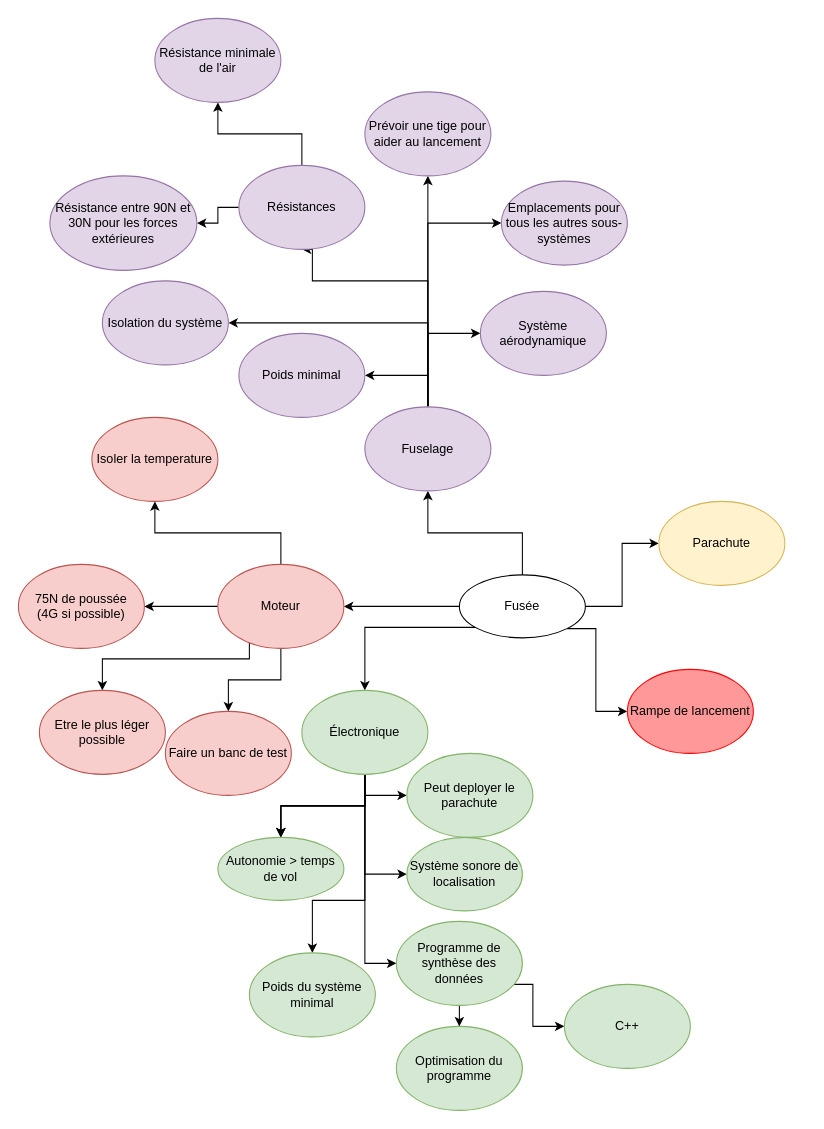
Rohethan/ScienceIsElegant keeps this draw.io diagram as Cahier des charges complet.drawio. Above is the earlier version. Source tidied: cells renumbered, new cells numbered last; positions are measured from the earlier drawing's top-left corner, leaving out a move shared by most shapes. Both pictures are drawn from the tidied source at 105%, with x=0, y=0 at pixel (18, 18).
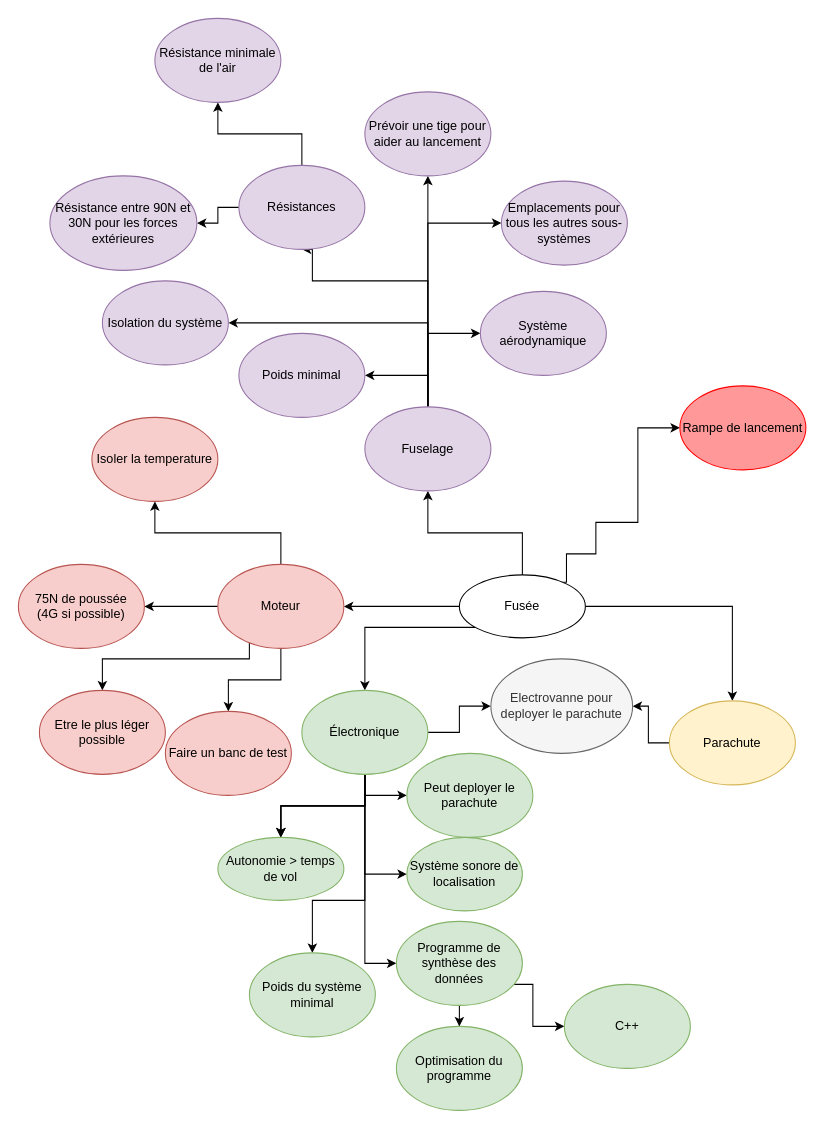
After the change.

Commit message:
This is gonna be hard

The change refers to these unchanged cells:
```xml
<mxCell id="7" value="Fusée" style="ellipse;whiteSpace=wrap;html=1;fontFamily=Helvetica;fontSize=12;fontColor=default;align=center;strokeColor=default;fillColor=default;" parent="1" vertex="1">
  <mxGeometry x="420" y="530" width="120" height="60" as="geometry" />
</mxCell>
<mxCell id="24" value="Électronique" style="ellipse;whiteSpace=wrap;html=1;fillColor=#d5e8d4;strokeColor=#82b366;" parent="1" vertex="1">
  <mxGeometry x="270" y="640" width="120" height="80" as="geometry" />
</mxCell>
```

Diff of the diagram source:
```diff
@@
-    <mxCell id="6" style="edgeStyle=orthogonalEdgeStyle;rounded=0;jettySize=auto;html=1;exitX=1;exitY=1;exitDx=0;exitDy=0;entryX=0;entryY=0.5;entryDx=0;entryDy=0;" parent="1" edge="1" source="7" target="52">
+    <mxCell id="6" style="edgeStyle=orthogonalEdgeStyle;rounded=0;jettySize=auto;html=1;exitX=0.775;exitY=0.117;exitDx=0;exitDy=0;entryX=0;entryY=0.5;entryDx=0;entryDy=0;exitPerimeter=0;" parent="1" edge="1" source="7" target="52">
       <mxGeometry relative="1" as="geometry">
         <Array as="points">
-          <mxPoint x="550" y="581" />
-          <mxPoint x="550" y="660" />
+          <mxPoint x="522" y="537" />
+          <mxPoint x="522" y="510" />
+          <mxPoint x="550" y="510" />
+          <mxPoint x="550" y="480" />
+          <mxPoint x="590" y="480" />
+          <mxPoint x="590" y="390" />
         </Array>
       </mxGeometry>
     </mxCell>
@@
+    <mxCell id="53" style="edgeStyle=orthogonalEdgeStyle;rounded=0;jettySize=auto;html=1;entryX=0;entryY=0.5;entryDx=0;entryDy=0;" parent="1" edge="1" source="24" target="55">
+      <mxGeometry relative="1" as="geometry" />
+    </mxCell>
@@
+    <mxCell id="54" style="edgeStyle=orthogonalEdgeStyle;rounded=0;jettySize=auto;html=1;entryX=1;entryY=0.5;entryDx=0;entryDy=0;" parent="1" edge="1" source="51" target="55">
+      <mxGeometry relative="1" as="geometry" />
+    </mxCell>
     <mxCell id="51" value="Parachute" style="ellipse;whiteSpace=wrap;html=1;strokeColor=#d6b656;fillColor=#fff2cc;" parent="1" vertex="1">
-      <mxGeometry x="610" y="460" width="120" height="80" as="geometry" />
+      <mxGeometry x="620" y="650" width="120" height="80" as="geometry" />
     </mxCell>
     <mxCell id="52" value="Rampe de lancement" style="ellipse;whiteSpace=wrap;html=1;strokeColor=#FF0000;fillColor=#FF9999;" parent="1" vertex="1">
-      <mxGeometry x="580" y="620" width="120" height="80" as="geometry" />
+      <mxGeometry x="630" y="350" width="120" height="80" as="geometry" />
     </mxCell>
+    <mxCell id="55" value="Electrovanne pour deployer le parachute" style="ellipse;whiteSpace=wrap;html=1;strokeColor=#666666;fillColor=#f5f5f5;fontColor=#333333;" parent="1" vertex="1">
+      <mxGeometry x="450" y="610" width="135" height="90" as="geometry" />
+    </mxCell>
```
